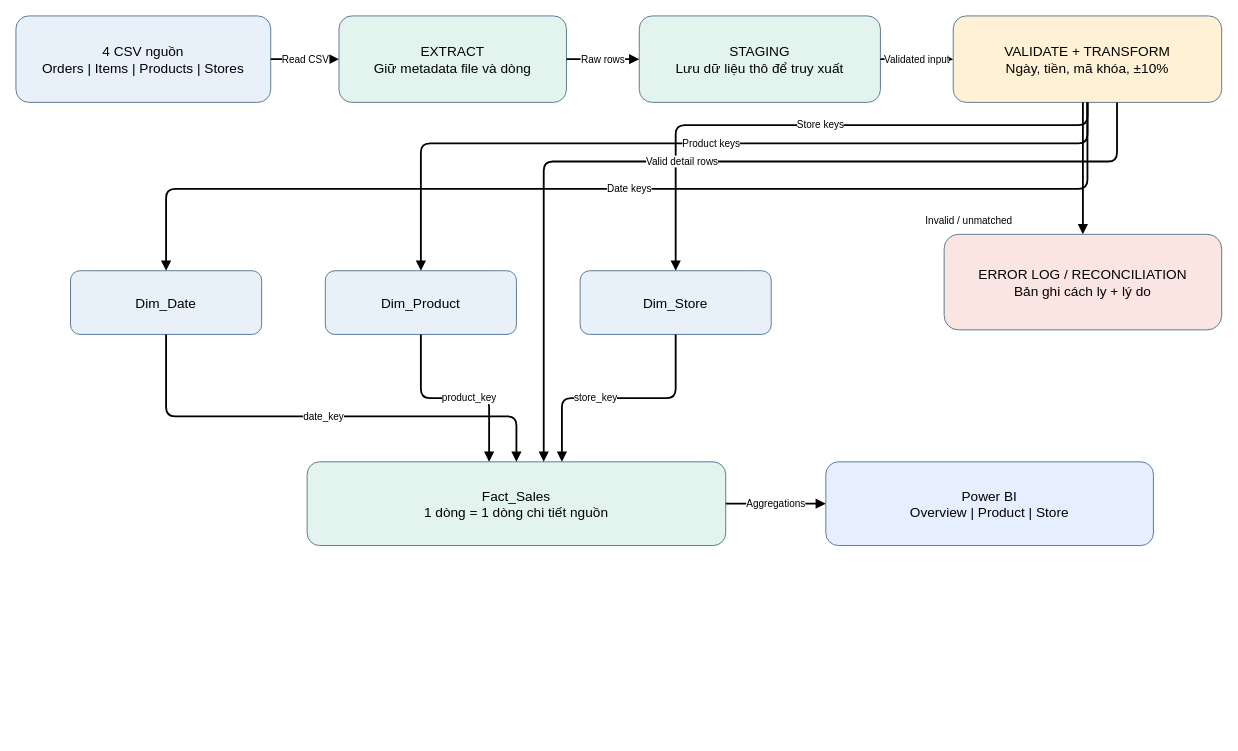
legiahuy12052005nt-cloud/cdtn1_LeGiaHuy_L6 keeps this draw.io diagram as docs/data-flow.drawio. Above is the earlier version. Source tidied: cells renumbered, new cells numbered last; positions are measured from the earlier drawing's top-left corner, leaving out a move shared by most shapes. Both pictures are drawn from the tidied source at 91%, with x=0, y=0 at pixel (15, 15).
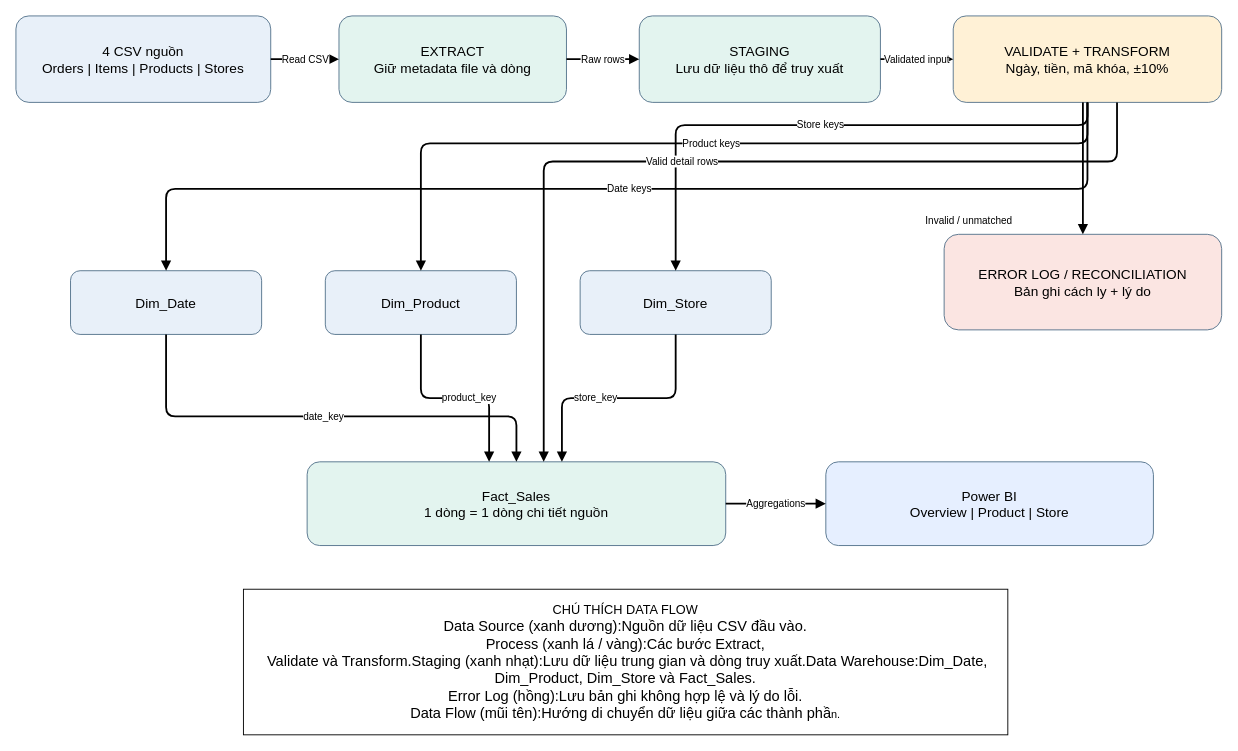
The same page after the edit.

Commit message (it also covers changes not shown here):
docs: Hoàn thiện sơ đồ Star Schema, Use Case và Data Flow theo góp ý giảng viên

Change to the diagram source:
```diff
@@
+    <mxCell id="24" value="&lt;font style=&quot;font-size: 14px;&quot;&gt;CHÚ THÍCH DATA FLOW&lt;/font&gt;&lt;div&gt;&lt;font size=&quot;3&quot;&gt;Data Source (xanh dương):Nguồn dữ liệu CSV đầu vào.&lt;/font&gt;&lt;/div&gt;&lt;div&gt;&lt;font size=&quot;3&quot;&gt;Process (xanh lá / vàng):Các bước Extract,&lt;/font&gt;&lt;/div&gt;&lt;div&gt;&lt;font size=&quot;3&quot;&gt;&amp;nbsp;Validate và Transform.Staging (xanh nhạt):Lưu dữ liệu trung gian và dòng truy xuất.Data Warehouse:Dim_Date, Dim_Product, Dim_Store và Fact_Sales.&lt;/font&gt;&lt;/div&gt;&lt;div&gt;&lt;font size=&quot;3&quot;&gt;Error Log (hồng):Lưu bản ghi không hợp lệ và lý do lỗi.&lt;/font&gt;&lt;/div&gt;&lt;div&gt;&lt;font size=&quot;3&quot;&gt;Data Flow (mũi tên):Hướng di chuyển dữ liệu giữa các thành phầ&lt;/font&gt;n.&lt;/div&gt;" style="whiteSpace=wrap;html=1;" parent="1" vertex="1">
+      <mxGeometry x="250" y="630" width="840" height="160" as="geometry" />
+    </mxCell>
```
